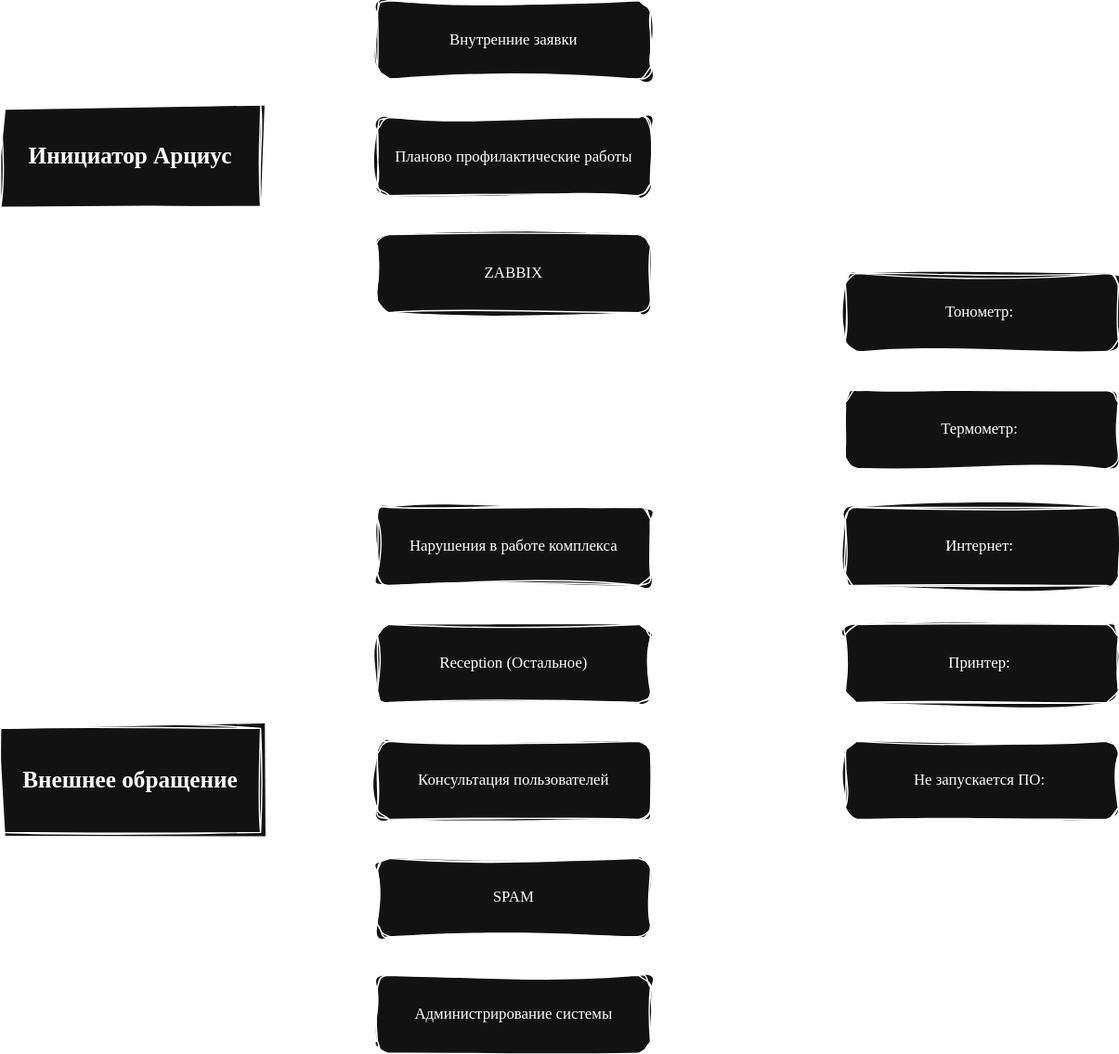
Earlier version of the draw.io export test.drawio.svg (KhatsaevK/drawio). Source tidied: cells renumbered, new cells last; positions are measured from the earlier drawing's top-left corner, leaving out a move shared by most shapes.
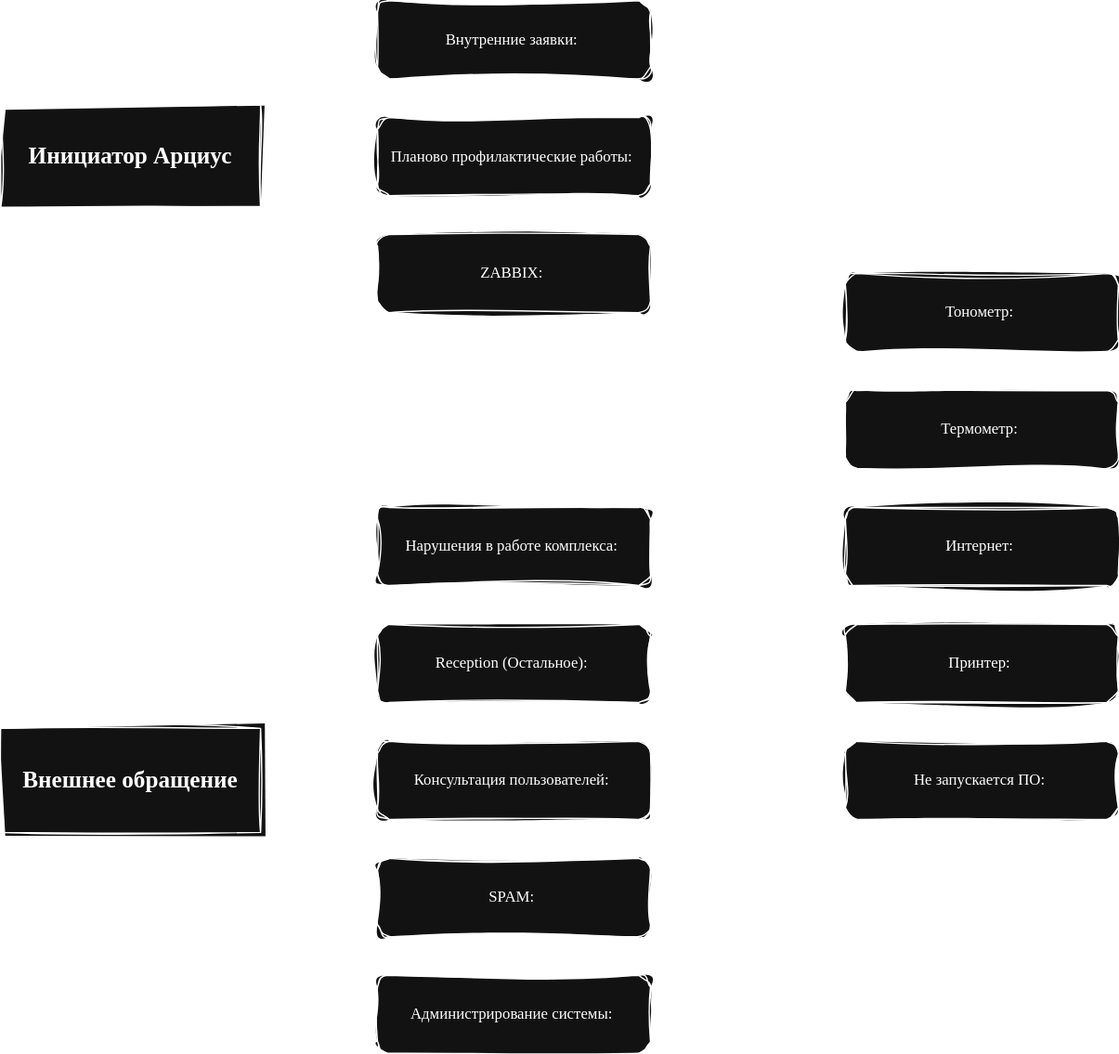
Above is the later version.

What changed in the source:
```diff
@@ -32,13 +32,13 @@
     <mxCell id="11" value="&lt;h2&gt;&lt;font face=&quot;Times New Roman&quot;&gt;Внешнее обращение&lt;/font&gt;&lt;/h2&gt;" style="rounded=0;whiteSpace=wrap;html=1;sketch=1;hachureGap=4;jiggle=2;curveFitting=1;fontFamily=Architects Daughter;fontSource=https%3A%2F%2Ffonts.googleapis.com%2Fcss%3Ffamily%3DArchitects%2BDaughter;" parent="1" vertex="1">
       <mxGeometry y="560" width="200" height="80" as="geometry" />
     </mxCell>
-    <mxCell id="12" value="Внутренние заявки" style="rounded=1;whiteSpace=wrap;html=1;sketch=1;hachureGap=4;jiggle=2;curveFitting=1;fontFamily=Times New Roman;" parent="1" vertex="1">
+    <mxCell id="12" value="Внутренние заявки:&amp;nbsp;" style="rounded=1;whiteSpace=wrap;html=1;sketch=1;hachureGap=4;jiggle=2;curveFitting=1;fontFamily=Times New Roman;" parent="1" vertex="1">
       <mxGeometry x="290" width="210" height="60" as="geometry" />
     </mxCell>
-    <mxCell id="13" value="Планово профилактические работы" style="rounded=1;whiteSpace=wrap;html=1;sketch=1;hachureGap=4;jiggle=2;curveFitting=1;fontFamily=Times New Roman;" parent="1" vertex="1">
+    <mxCell id="13" value="Планово профилактические работы:&amp;nbsp;" style="rounded=1;whiteSpace=wrap;html=1;sketch=1;hachureGap=4;jiggle=2;curveFitting=1;fontFamily=Times New Roman;" parent="1" vertex="1">
       <mxGeometry x="290" y="90" width="210" height="60" as="geometry" />
     </mxCell>
-    <mxCell id="14" value="ZABBIX" style="rounded=1;whiteSpace=wrap;html=1;sketch=1;hachureGap=4;jiggle=2;curveFitting=1;fontFamily=Times New Roman;" parent="1" vertex="1">
+    <mxCell id="14" value="ZABBIX:&amp;nbsp;" style="rounded=1;whiteSpace=wrap;html=1;sketch=1;hachureGap=4;jiggle=2;curveFitting=1;fontFamily=Times New Roman;" parent="1" vertex="1">
       <mxGeometry x="290" y="180" width="210" height="60" as="geometry" />
     </mxCell>
     <mxCell id="15" style="edgeStyle=orthogonalEdgeStyle;rounded=0;sketch=1;hachureGap=4;jiggle=2;curveFitting=1;jettySize=auto;html=1;exitX=1;exitY=0;exitDx=0;exitDy=0;entryX=0;entryY=0.5;entryDx=0;entryDy=0;fontFamily=Architects Daughter;fontSource=https%3A%2F%2Ffonts.googleapis.com%2Fcss%3Ffamily%3DArchitects%2BDaughter;" parent="1" edge="1" source="20" target="25">
@@ -66,19 +66,19 @@
         </Array>
       </mxGeometry>
     </mxCell>
-    <mxCell id="20" value="Нарушения в работе комплекса" style="rounded=1;whiteSpace=wrap;html=1;sketch=1;hachureGap=4;jiggle=2;curveFitting=1;fontFamily=Times New Roman;" parent="1" vertex="1">
+    <mxCell id="20" value="Нарушения в работе комплекса:&amp;nbsp;" style="rounded=1;whiteSpace=wrap;html=1;sketch=1;hachureGap=4;jiggle=2;curveFitting=1;fontFamily=Times New Roman;" parent="1" vertex="1">
       <mxGeometry x="290" y="390" width="210" height="60" as="geometry" />
     </mxCell>
-    <mxCell id="21" value="Reception (Остальное)" style="rounded=1;whiteSpace=wrap;html=1;sketch=1;hachureGap=4;jiggle=2;curveFitting=1;fontFamily=Times New Roman;" parent="1" vertex="1">
+    <mxCell id="21" value="Reception (Остальное):&amp;nbsp;" style="rounded=1;whiteSpace=wrap;html=1;sketch=1;hachureGap=4;jiggle=2;curveFitting=1;fontFamily=Times New Roman;" parent="1" vertex="1">
       <mxGeometry x="290" y="480" width="210" height="60" as="geometry" />
     </mxCell>
-    <mxCell id="22" value="Консультация пользователей" style="rounded=1;whiteSpace=wrap;html=1;sketch=1;hachureGap=4;jiggle=2;curveFitting=1;fontFamily=Times New Roman;" parent="1" vertex="1">
+    <mxCell id="22" value="Консультация пользователей:&amp;nbsp;" style="rounded=1;whiteSpace=wrap;html=1;sketch=1;hachureGap=4;jiggle=2;curveFitting=1;fontFamily=Times New Roman;" parent="1" vertex="1">
       <mxGeometry x="290" y="570" width="210" height="60" as="geometry" />
     </mxCell>
-    <mxCell id="23" value="SPAM" style="rounded=1;whiteSpace=wrap;html=1;sketch=1;hachureGap=4;jiggle=2;curveFitting=1;fontFamily=Times New Roman;" parent="1" vertex="1">
+    <mxCell id="23" value="SPAM:&amp;nbsp;" style="rounded=1;whiteSpace=wrap;html=1;sketch=1;hachureGap=4;jiggle=2;curveFitting=1;fontFamily=Times New Roman;" parent="1" vertex="1">
       <mxGeometry x="290" y="660" width="210" height="60" as="geometry" />
     </mxCell>
-    <mxCell id="24" value="Администрирование системы" style="rounded=1;whiteSpace=wrap;html=1;sketch=1;hachureGap=4;jiggle=2;curveFitting=1;fontFamily=Times New Roman;" parent="1" vertex="1">
+    <mxCell id="24" value="Администрирование системы:&amp;nbsp;" style="rounded=1;whiteSpace=wrap;html=1;sketch=1;hachureGap=4;jiggle=2;curveFitting=1;fontFamily=Times New Roman;" parent="1" vertex="1">
       <mxGeometry x="290" y="750" width="210" height="60" as="geometry" />
     </mxCell>
     <mxCell id="25" value="Тонометр:&amp;nbsp;" style="rounded=1;whiteSpace=wrap;html=1;sketch=1;hachureGap=4;jiggle=2;curveFitting=1;fontFamily=Times New Roman;" parent="1" vertex="1">
```
